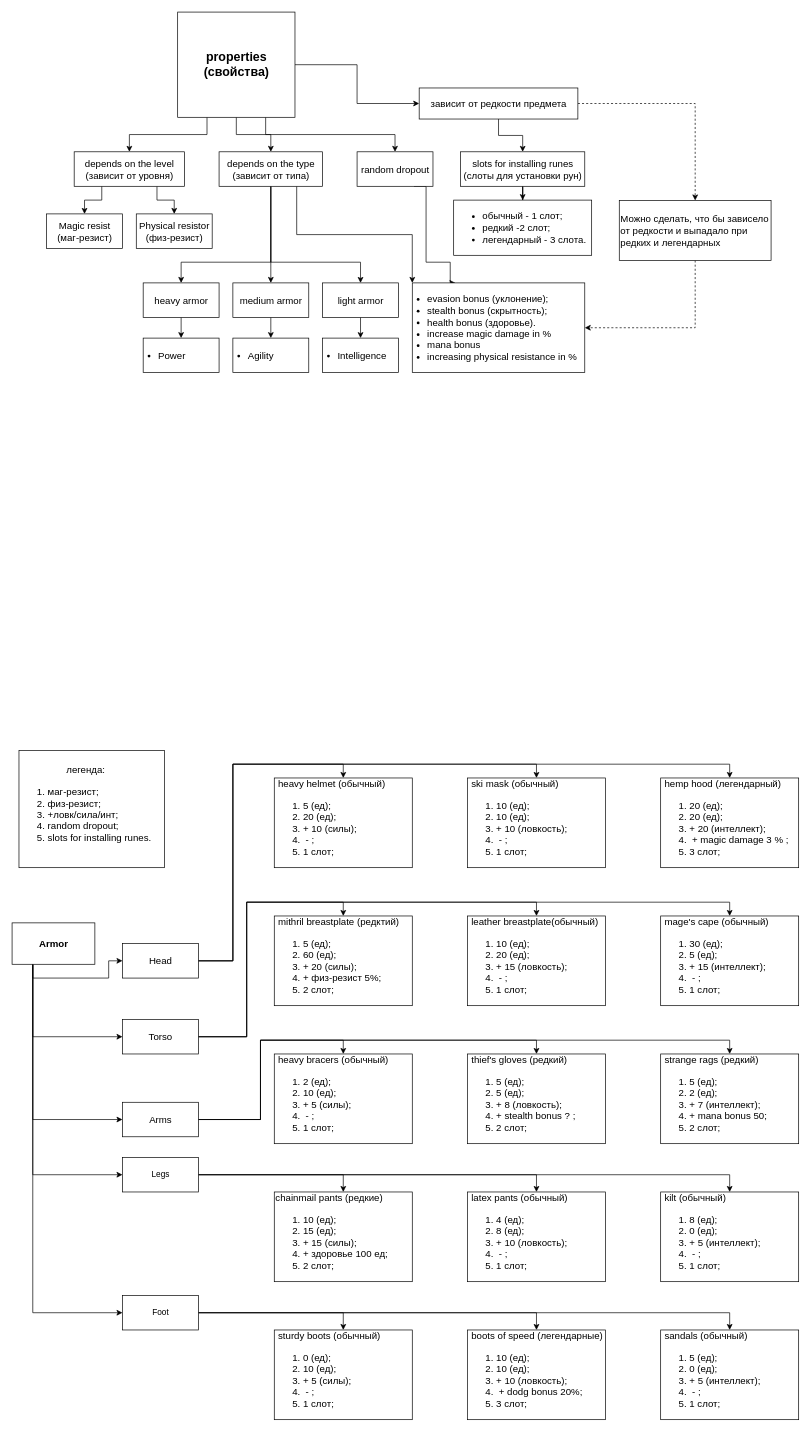
This is page "Armor_2.0" (10 of 12) of Architecture.drawio from PhoenixVRN/Mafia, a draw.io file, before an edit. Source tidied: cells renumbered, new cells numbered last; positions are measured from the earlier drawing's top-left corner, leaving out a move shared by most shapes. Both pictures are drawn from the tidied source at 69%, with x=0, y=0 at pixel (12, 12).
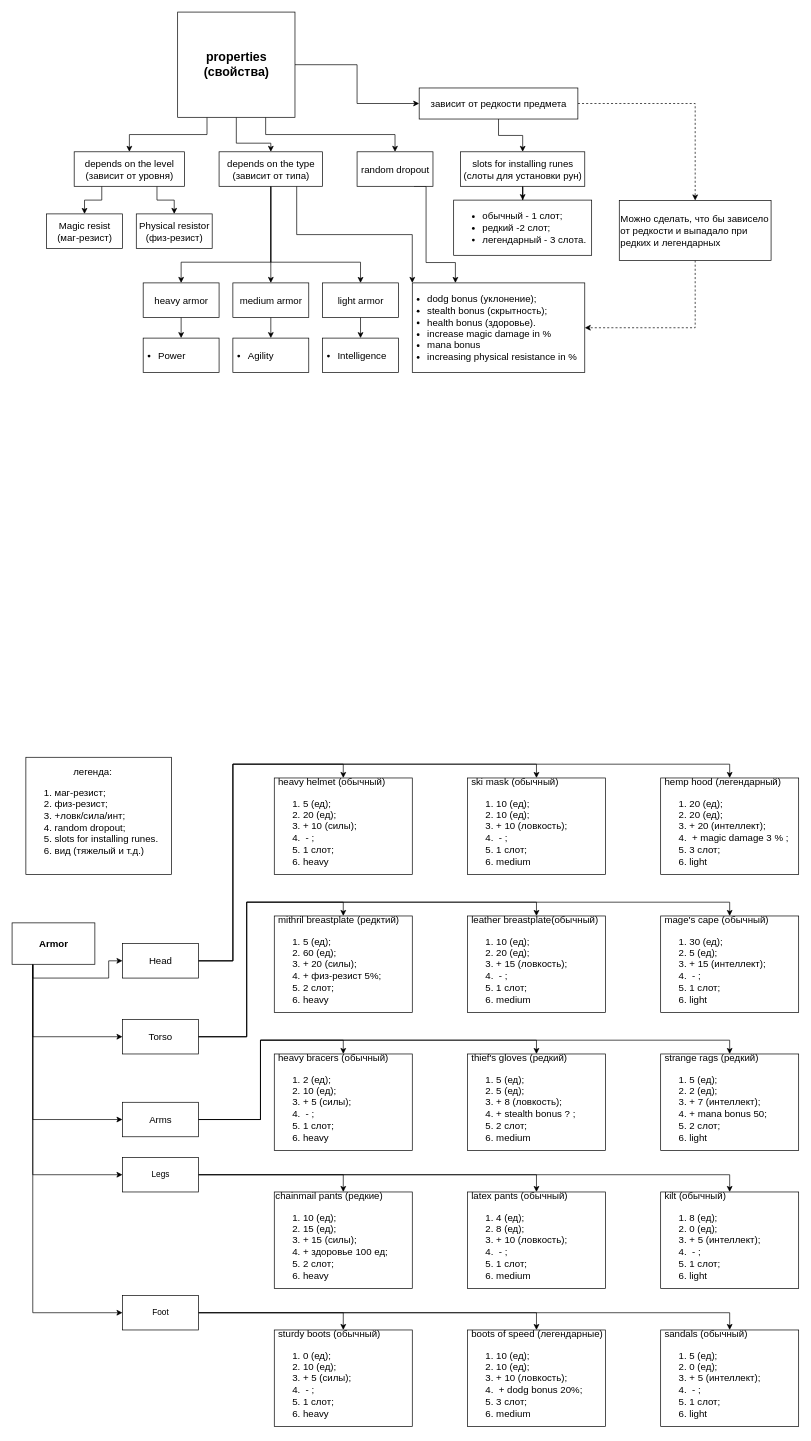
The same diagram, later.

Unchanged cells that the change refers to:
```xml
<mxCell id="32" value="&lt;b style=&quot;font-size: 18px&quot;&gt;properties&lt;br&gt;(свойства)&lt;/b&gt;" style="html=1;strokeWidth=1;fontSize=14;" parent="1" vertex="1">
  <mxGeometry x="240" width="170" height="152.5" as="geometry" />
</mxCell>
<mxCell id="42" value="depends on the type&lt;br&gt;(зависит от типа)" style="html=1;strokeWidth=1;fontSize=14;" parent="1" vertex="1">
  <mxGeometry x="300" y="202.5" width="150" height="50" as="geometry" />
</mxCell>
<mxCell id="53" value="random dropout" style="html=1;strokeWidth=1;fontSize=14;align=center;" parent="1" vertex="1">
  <mxGeometry x="500" y="202.5" width="110" height="50" as="geometry" />
</mxCell>
```

Change to the diagram source:
```diff
@@
     <mxCell id="29" style="edgeStyle=orthogonalEdgeStyle;rounded=0;jettySize=auto;html=1;exitX=0.5;exitY=1;exitDx=0;exitDy=0;fontSize=14;" parent="1" edge="1" source="32" target="42">
-      <mxGeometry relative="1" as="geometry" />
+      <mxGeometry relative="1" as="geometry">
+        <Array as="points">
+          <mxPoint x="325" y="190" />
+          <mxPoint x="375" y="190" />
+        </Array>
+      </mxGeometry>
     </mxCell>
@@
     <mxCell id="52" style="edgeStyle=orthogonalEdgeStyle;rounded=0;jettySize=auto;html=1;exitX=0.75;exitY=1;exitDx=0;exitDy=0;entryX=0.25;entryY=0;entryDx=0;entryDy=0;endArrow=classic;endFill=1;fontSize=14;" parent="1" edge="1" source="53" target="54">
       <mxGeometry relative="1" as="geometry">
         <Array as="points">
-          <mxPoint x="600" y="252.5" />
-          <mxPoint x="600" y="362.5" />
-          <mxPoint x="635" y="362.5" />
+          <mxPoint x="600" y="253" />
+          <mxPoint x="600" y="363" />
+          <mxPoint x="643" y="363" />
         </Array>
       </mxGeometry>
     </mxCell>
@@
-    <mxCell id="54" value="&lt;ul&gt;&lt;li&gt;evasion bonus (уклонение);&lt;br&gt;&lt;/li&gt;&lt;li&gt;stealth bonus (скрытность);&lt;br&gt;&lt;/li&gt;&lt;li&gt;health bonus (здоровье).&lt;br&gt;&lt;/li&gt;&lt;li&gt;increase magic damage in %&lt;br&gt;&lt;/li&gt;&lt;li&gt;mana bonus&lt;/li&gt;&lt;li&gt;increasing physical resistance in %&lt;br&gt;&lt;/li&gt;&lt;/ul&gt;" style="html=1;strokeWidth=1;fontSize=14;align=left;spacingLeft=-20;" parent="1" vertex="1">
+    <mxCell id="54" value="&lt;ul&gt;&lt;li&gt;dodg&amp;nbsp;bonus (уклонение);&lt;br&gt;&lt;/li&gt;&lt;li&gt;stealth bonus (скрытность);&lt;br&gt;&lt;/li&gt;&lt;li&gt;health bonus (здоровье).&lt;br&gt;&lt;/li&gt;&lt;li&gt;increase magic damage in %&lt;br&gt;&lt;/li&gt;&lt;li&gt;mana bonus&lt;/li&gt;&lt;li&gt;increasing physical resistance in %&lt;br&gt;&lt;/li&gt;&lt;/ul&gt;" style="html=1;strokeWidth=1;fontSize=14;align=left;spacingLeft=-20;" parent="1" vertex="1">
       <mxGeometry x="580" y="392.5" width="250" height="130" as="geometry" />
     </mxCell>
@@
-    <mxCell id="61" value="&lt;div style=&quot;text-align: center&quot;&gt;легенда:&lt;/div&gt;&lt;ol&gt;&lt;li&gt;маг-резист;&lt;/li&gt;&lt;li&gt;физ-резист;&lt;/li&gt;&lt;li&gt;+ловк/сила/инт;&lt;/li&gt;&lt;li&gt;&lt;span style=&quot;text-align: center&quot;&gt;random dropout;&lt;/span&gt;&lt;br&gt;&lt;/li&gt;&lt;li&gt;&lt;span style=&quot;text-align: center&quot;&gt;slots for installing runes.&lt;br&gt;&lt;/span&gt;&lt;/li&gt;&lt;/ol&gt;" style="html=1;strokeWidth=1;fontSize=14;align=left;" parent="1" vertex="1">
-      <mxGeometry x="10" y="1070" width="211" height="170" as="geometry" />
+    <mxCell id="61" value="&lt;div style=&quot;text-align: center&quot;&gt;легенда:&lt;/div&gt;&lt;ol&gt;&lt;li&gt;маг-резист;&lt;/li&gt;&lt;li&gt;физ-резист;&lt;/li&gt;&lt;li&gt;+ловк/сила/инт;&lt;/li&gt;&lt;li&gt;&lt;span style=&quot;text-align: center&quot;&gt;random dropout;&lt;/span&gt;&lt;br&gt;&lt;/li&gt;&lt;li&gt;&lt;span style=&quot;text-align: center&quot;&gt;slots for installing runes.&lt;br&gt;&lt;/span&gt;&lt;/li&gt;&lt;li&gt;&lt;span style=&quot;text-align: center&quot;&gt;вид (тяжелый и т.д.)&lt;/span&gt;&lt;/li&gt;&lt;/ol&gt;" style="html=1;strokeWidth=1;fontSize=14;align=left;" parent="1" vertex="1">
+      <mxGeometry x="20" y="1080" width="211" height="170" as="geometry" />
     </mxCell>
-    <mxCell id="62" value="&lt;div&gt;&lt;div&gt;&lt;div&gt;&amp;nbsp;heavy helmet (обычный)&lt;/div&gt;&lt;/div&gt;&lt;/div&gt;&lt;div&gt;&lt;ol&gt;&lt;li&gt;5 (ед);&lt;/li&gt;&lt;li&gt;20 (ед);&lt;/li&gt;&lt;li&gt;+ 10 (силы);&lt;/li&gt;&lt;li&gt;&amp;nbsp;- ;&lt;/li&gt;&lt;li&gt;1 слот;&lt;/li&gt;&lt;/ol&gt;&lt;/div&gt;" style="html=1;strokeWidth=1;fontSize=14;align=left;" parent="1" vertex="1">
-      <mxGeometry x="380" y="1110" width="200" height="130" as="geometry" />
+    <mxCell id="62" value="&lt;div&gt;&lt;div&gt;&lt;div&gt;&amp;nbsp;heavy helmet (обычный)&lt;/div&gt;&lt;/div&gt;&lt;/div&gt;&lt;div&gt;&lt;ol&gt;&lt;li&gt;5 (ед);&lt;/li&gt;&lt;li&gt;20 (ед);&lt;/li&gt;&lt;li&gt;+ 10 (силы);&lt;/li&gt;&lt;li&gt;&amp;nbsp;- ;&lt;/li&gt;&lt;li&gt;1 слот;&lt;/li&gt;&lt;li&gt;heavy&lt;/li&gt;&lt;/ol&gt;&lt;/div&gt;" style="html=1;strokeWidth=1;fontSize=14;align=left;" parent="1" vertex="1">
+      <mxGeometry x="380" y="1110" width="200" height="140" as="geometry" />
     </mxCell>
-    <mxCell id="63" value="&lt;div&gt;&lt;div&gt;&lt;div&gt;&amp;nbsp;hemp hood (легендарный)&lt;/div&gt;&lt;/div&gt;&lt;/div&gt;&lt;div&gt;&lt;ol&gt;&lt;li&gt;20 (ед);&lt;/li&gt;&lt;li&gt;20 (ед);&lt;/li&gt;&lt;li&gt;+ 20 (интеллект);&lt;/li&gt;&lt;li&gt;&amp;nbsp;+ magic damage 3 %&amp;nbsp;;&lt;/li&gt;&lt;li&gt;3 слот;&lt;/li&gt;&lt;/ol&gt;&lt;/div&gt;" style="html=1;strokeWidth=1;fontSize=14;align=left;" parent="1" vertex="1">
-      <mxGeometry x="940" y="1110" width="200" height="130" as="geometry" />
+    <mxCell id="63" value="&lt;div&gt;&lt;div&gt;&lt;div&gt;&amp;nbsp;hemp hood (легендарный)&lt;/div&gt;&lt;/div&gt;&lt;/div&gt;&lt;div&gt;&lt;ol&gt;&lt;li&gt;20 (ед);&lt;/li&gt;&lt;li&gt;20 (ед);&lt;/li&gt;&lt;li&gt;+ 20 (интеллект);&lt;/li&gt;&lt;li&gt;&amp;nbsp;+ magic damage 3 %&amp;nbsp;;&lt;/li&gt;&lt;li&gt;3 слот;&lt;/li&gt;&lt;li&gt;&lt;span style=&quot;text-align: center&quot;&gt;light&amp;nbsp;&lt;/span&gt;&lt;br&gt;&lt;/li&gt;&lt;/ol&gt;&lt;/div&gt;" style="html=1;strokeWidth=1;fontSize=14;align=left;" parent="1" vertex="1">
+      <mxGeometry x="940" y="1110" width="200" height="140" as="geometry" />
     </mxCell>
-    <mxCell id="64" value="&lt;div&gt;&lt;div&gt;&lt;div&gt;&amp;nbsp;ski mask (обычный)&lt;/div&gt;&lt;/div&gt;&lt;/div&gt;&lt;div&gt;&lt;ol&gt;&lt;li&gt;10 (ед);&lt;/li&gt;&lt;li&gt;10 (ед);&lt;/li&gt;&lt;li&gt;+ 10 (ловкость);&lt;/li&gt;&lt;li&gt;&amp;nbsp;- ;&lt;/li&gt;&lt;li&gt;1 слот;&lt;/li&gt;&lt;/ol&gt;&lt;/div&gt;" style="html=1;strokeWidth=1;fontSize=14;align=left;" parent="1" vertex="1">
-      <mxGeometry x="660" y="1110" width="200" height="130" as="geometry" />
+    <mxCell id="64" value="&lt;div&gt;&lt;div&gt;&lt;div&gt;&amp;nbsp;ski mask (обычный)&lt;/div&gt;&lt;/div&gt;&lt;/div&gt;&lt;div&gt;&lt;ol&gt;&lt;li&gt;10 (ед);&lt;/li&gt;&lt;li&gt;10 (ед);&lt;/li&gt;&lt;li&gt;+ 10 (ловкость);&lt;/li&gt;&lt;li&gt;&amp;nbsp;- ;&lt;/li&gt;&lt;li&gt;1 слот;&lt;/li&gt;&lt;li&gt;&lt;span style=&quot;text-align: center&quot;&gt;medium&lt;/span&gt;&lt;br&gt;&lt;/li&gt;&lt;/ol&gt;&lt;/div&gt;" style="html=1;strokeWidth=1;fontSize=14;align=left;" parent="1" vertex="1">
+      <mxGeometry x="660" y="1110" width="200" height="140" as="geometry" />
     </mxCell>
-    <mxCell id="65" value="&lt;div&gt;&lt;div&gt;&lt;div&gt;&amp;nbsp;mithril breastplate (редктий)&lt;/div&gt;&lt;/div&gt;&lt;/div&gt;&lt;div&gt;&lt;ol&gt;&lt;li&gt;5 (ед);&lt;/li&gt;&lt;li&gt;60 (ед);&lt;/li&gt;&lt;li&gt;+ 20 (силы);&lt;/li&gt;&lt;li&gt;+ физ-резист 5%;&lt;/li&gt;&lt;li&gt;2 слот;&lt;/li&gt;&lt;/ol&gt;&lt;/div&gt;" style="html=1;strokeWidth=1;fontSize=14;align=left;" parent="1" vertex="1">
-      <mxGeometry x="380" y="1310" width="200" height="130" as="geometry" />
+    <mxCell id="65" value="&lt;div&gt;&lt;div&gt;&lt;div&gt;&amp;nbsp;mithril breastplate (редктий)&lt;/div&gt;&lt;/div&gt;&lt;/div&gt;&lt;div&gt;&lt;ol&gt;&lt;li&gt;5 (ед);&lt;/li&gt;&lt;li&gt;60 (ед);&lt;/li&gt;&lt;li&gt;+ 20 (силы);&lt;/li&gt;&lt;li&gt;+ физ-резист 5%;&lt;/li&gt;&lt;li&gt;2 слот;&lt;/li&gt;&lt;li&gt;heavy&lt;/li&gt;&lt;/ol&gt;&lt;/div&gt;" style="html=1;strokeWidth=1;fontSize=14;align=left;" parent="1" vertex="1">
+      <mxGeometry x="380" y="1310" width="200" height="140" as="geometry" />
     </mxCell>
-    <mxCell id="66" value="&lt;div&gt;&lt;div&gt;&lt;div&gt;chainmail pants (редкие)&lt;/div&gt;&lt;/div&gt;&lt;/div&gt;&lt;div&gt;&lt;ol&gt;&lt;li&gt;10 (ед);&lt;/li&gt;&lt;li&gt;15 (ед);&lt;/li&gt;&lt;li&gt;+ 15 (силы);&lt;/li&gt;&lt;li&gt;+ здоровье 100 ед;&lt;/li&gt;&lt;li&gt;2 слот;&lt;/li&gt;&lt;/ol&gt;&lt;/div&gt;" style="html=1;strokeWidth=1;fontSize=14;align=left;" parent="1" vertex="1">
-      <mxGeometry x="380" y="1710" width="200" height="130" as="geometry" />
+    <mxCell id="66" value="&lt;div&gt;&lt;div&gt;&lt;div&gt;chainmail pants (редкие)&lt;/div&gt;&lt;/div&gt;&lt;/div&gt;&lt;div&gt;&lt;ol&gt;&lt;li&gt;10 (ед);&lt;/li&gt;&lt;li&gt;15 (ед);&lt;/li&gt;&lt;li&gt;+ 15 (силы);&lt;/li&gt;&lt;li&gt;+ здоровье 100 ед;&lt;/li&gt;&lt;li&gt;2 слот;&lt;/li&gt;&lt;li&gt;heavy&lt;/li&gt;&lt;/ol&gt;&lt;/div&gt;" style="html=1;strokeWidth=1;fontSize=14;align=left;" parent="1" vertex="1">
+      <mxGeometry x="380" y="1710" width="200" height="140" as="geometry" />
     </mxCell>
-    <mxCell id="67" value="&lt;div&gt;&lt;div&gt;&lt;div&gt;&amp;nbsp;heavy bracers (обычный)&lt;/div&gt;&lt;/div&gt;&lt;/div&gt;&lt;div&gt;&lt;ol&gt;&lt;li&gt;2 (ед);&lt;/li&gt;&lt;li&gt;10 (ед);&lt;/li&gt;&lt;li&gt;+ 5 (силы);&lt;/li&gt;&lt;li&gt;&amp;nbsp;- ;&lt;/li&gt;&lt;li&gt;1 слот;&lt;/li&gt;&lt;/ol&gt;&lt;/div&gt;" style="html=1;strokeWidth=1;fontSize=14;align=left;" parent="1" vertex="1">
-      <mxGeometry x="380" y="1510" width="200" height="130" as="geometry" />
+    <mxCell id="67" value="&lt;div&gt;&lt;div&gt;&lt;div&gt;&amp;nbsp;heavy bracers (обычный)&lt;/div&gt;&lt;/div&gt;&lt;/div&gt;&lt;div&gt;&lt;ol&gt;&lt;li&gt;2 (ед);&lt;/li&gt;&lt;li&gt;10 (ед);&lt;/li&gt;&lt;li&gt;+ 5 (силы);&lt;/li&gt;&lt;li&gt;&amp;nbsp;- ;&lt;/li&gt;&lt;li&gt;1 слот;&lt;/li&gt;&lt;li&gt;heavy&lt;/li&gt;&lt;/ol&gt;&lt;/div&gt;" style="html=1;strokeWidth=1;fontSize=14;align=left;" parent="1" vertex="1">
+      <mxGeometry x="380" y="1510" width="200" height="140" as="geometry" />
     </mxCell>
-    <mxCell id="68" value="&lt;div&gt;&lt;div&gt;&lt;div&gt;&amp;nbsp;sturdy boots (обычный)&lt;/div&gt;&lt;/div&gt;&lt;/div&gt;&lt;div&gt;&lt;ol&gt;&lt;li&gt;0 (ед);&lt;/li&gt;&lt;li&gt;10 (ед);&lt;/li&gt;&lt;li&gt;+ 5 (силы);&lt;/li&gt;&lt;li&gt;&amp;nbsp;- ;&lt;/li&gt;&lt;li&gt;1 слот;&lt;/li&gt;&lt;/ol&gt;&lt;/div&gt;" style="html=1;strokeWidth=1;fontSize=14;align=left;" parent="1" vertex="1">
-      <mxGeometry x="380" y="1910" width="200" height="130" as="geometry" />
+    <mxCell id="68" value="&lt;div&gt;&lt;div&gt;&lt;div&gt;&amp;nbsp;sturdy boots (обычный)&lt;/div&gt;&lt;/div&gt;&lt;/div&gt;&lt;div&gt;&lt;ol&gt;&lt;li&gt;0 (ед);&lt;/li&gt;&lt;li&gt;10 (ед);&lt;/li&gt;&lt;li&gt;+ 5 (силы);&lt;/li&gt;&lt;li&gt;&amp;nbsp;- ;&lt;/li&gt;&lt;li&gt;1 слот;&lt;/li&gt;&lt;li&gt;heavy&lt;/li&gt;&lt;/ol&gt;&lt;/div&gt;" style="html=1;strokeWidth=1;fontSize=14;align=left;" parent="1" vertex="1">
+      <mxGeometry x="380" y="1910" width="200" height="140" as="geometry" />
     </mxCell>
-    <mxCell id="69" value="&lt;div&gt;&lt;div&gt;&lt;div&gt;&amp;nbsp;leather breastplate(обычный)&lt;/div&gt;&lt;/div&gt;&lt;/div&gt;&lt;div&gt;&lt;ol&gt;&lt;li&gt;10 (ед);&lt;/li&gt;&lt;li&gt;20 (ед);&lt;/li&gt;&lt;li&gt;+ 15 (ловкость);&lt;/li&gt;&lt;li&gt;&amp;nbsp;- ;&lt;/li&gt;&lt;li&gt;1 слот;&lt;/li&gt;&lt;/ol&gt;&lt;/div&gt;" style="html=1;strokeWidth=1;fontSize=14;align=left;" parent="1" vertex="1">
-      <mxGeometry x="660" y="1310" width="200" height="130" as="geometry" />
+    <mxCell id="69" value="&lt;div&gt;&lt;div&gt;&lt;div&gt;&amp;nbsp;leather breastplate(обычный)&lt;/div&gt;&lt;/div&gt;&lt;/div&gt;&lt;div&gt;&lt;ol&gt;&lt;li&gt;10 (ед);&lt;/li&gt;&lt;li&gt;20 (ед);&lt;/li&gt;&lt;li&gt;+ 15 (ловкость);&lt;/li&gt;&lt;li&gt;&amp;nbsp;- ;&lt;/li&gt;&lt;li&gt;1 слот;&lt;/li&gt;&lt;li&gt;&lt;span style=&quot;text-align: center&quot;&gt;medium&lt;/span&gt;&lt;br&gt;&lt;/li&gt;&lt;/ol&gt;&lt;/div&gt;" style="html=1;strokeWidth=1;fontSize=14;align=left;" parent="1" vertex="1">
+      <mxGeometry x="660" y="1310" width="200" height="140" as="geometry" />
     </mxCell>
-    <mxCell id="70" value="&lt;div&gt;&lt;div&gt;&lt;div&gt;&amp;nbsp;thief's gloves (редкий)&lt;/div&gt;&lt;/div&gt;&lt;/div&gt;&lt;div&gt;&lt;ol&gt;&lt;li&gt;5 (ед);&lt;/li&gt;&lt;li&gt;5 (ед);&lt;/li&gt;&lt;li&gt;+ 8 (ловкость);&lt;/li&gt;&lt;li&gt;+ stealth bonus ?&amp;nbsp;;&lt;/li&gt;&lt;li&gt;2 слот;&lt;/li&gt;&lt;/ol&gt;&lt;/div&gt;" style="html=1;strokeWidth=1;fontSize=14;align=left;" parent="1" vertex="1">
-      <mxGeometry x="660" y="1510" width="200" height="130" as="geometry" />
+    <mxCell id="70" value="&lt;div&gt;&lt;div&gt;&lt;div&gt;&amp;nbsp;thief's gloves (редкий)&lt;/div&gt;&lt;/div&gt;&lt;/div&gt;&lt;div&gt;&lt;ol&gt;&lt;li&gt;5 (ед);&lt;/li&gt;&lt;li&gt;5 (ед);&lt;/li&gt;&lt;li&gt;+ 8 (ловкость);&lt;/li&gt;&lt;li&gt;+ stealth bonus ?&amp;nbsp;;&lt;/li&gt;&lt;li&gt;2 слот;&lt;/li&gt;&lt;li&gt;&lt;span style=&quot;text-align: center&quot;&gt;medium&lt;/span&gt;&lt;br&gt;&lt;/li&gt;&lt;/ol&gt;&lt;/div&gt;" style="html=1;strokeWidth=1;fontSize=14;align=left;" parent="1" vertex="1">
+      <mxGeometry x="660" y="1510" width="200" height="140" as="geometry" />
     </mxCell>
-    <mxCell id="71" value="&lt;div&gt;&lt;div&gt;&lt;div&gt;&amp;nbsp;latex pants (обычный)&lt;/div&gt;&lt;/div&gt;&lt;/div&gt;&lt;div&gt;&lt;ol&gt;&lt;li&gt;4 (ед);&lt;/li&gt;&lt;li&gt;8 (ед);&lt;/li&gt;&lt;li&gt;+ 10 (ловкость);&lt;/li&gt;&lt;li&gt;&amp;nbsp;- ;&lt;/li&gt;&lt;li&gt;1 слот;&lt;/li&gt;&lt;/ol&gt;&lt;/div&gt;" style="html=1;strokeWidth=1;fontSize=14;align=left;" parent="1" vertex="1">
-      <mxGeometry x="660" y="1710" width="200" height="130" as="geometry" />
+    <mxCell id="71" value="&lt;div&gt;&lt;div&gt;&lt;div&gt;&amp;nbsp;latex pants (обычный)&lt;/div&gt;&lt;/div&gt;&lt;/div&gt;&lt;div&gt;&lt;ol&gt;&lt;li&gt;4 (ед);&lt;/li&gt;&lt;li&gt;8 (ед);&lt;/li&gt;&lt;li&gt;+ 10 (ловкость);&lt;/li&gt;&lt;li&gt;&amp;nbsp;- ;&lt;/li&gt;&lt;li&gt;1 слот;&lt;/li&gt;&lt;li&gt;&lt;span style=&quot;text-align: center&quot;&gt;medium&lt;/span&gt;&lt;br&gt;&lt;/li&gt;&lt;/ol&gt;&lt;/div&gt;" style="html=1;strokeWidth=1;fontSize=14;align=left;" parent="1" vertex="1">
+      <mxGeometry x="660" y="1710" width="200" height="140" as="geometry" />
     </mxCell>
-    <mxCell id="72" value="&lt;div&gt;&lt;div&gt;&lt;div&gt;&amp;nbsp;boots of speed (легендарные)&lt;/div&gt;&lt;/div&gt;&lt;/div&gt;&lt;div&gt;&lt;ol&gt;&lt;li&gt;10 (ед);&lt;/li&gt;&lt;li&gt;10 (ед);&lt;/li&gt;&lt;li&gt;+ 10 (ловкость);&lt;/li&gt;&lt;li&gt;&amp;nbsp;+ dodg bonus&amp;nbsp;20%;&lt;/li&gt;&lt;li&gt;3 слот;&lt;/li&gt;&lt;/ol&gt;&lt;/div&gt;" style="html=1;strokeWidth=1;fontSize=14;align=left;" parent="1" vertex="1">
-      <mxGeometry x="660" y="1910" width="200" height="130" as="geometry" />
+    <mxCell id="72" value="&lt;div&gt;&lt;div&gt;&lt;div&gt;&amp;nbsp;boots of speed (легендарные)&lt;/div&gt;&lt;/div&gt;&lt;/div&gt;&lt;div&gt;&lt;ol&gt;&lt;li&gt;10 (ед);&lt;/li&gt;&lt;li&gt;10 (ед);&lt;/li&gt;&lt;li&gt;+ 10 (ловкость);&lt;/li&gt;&lt;li&gt;&amp;nbsp;+ dodg bonus&amp;nbsp;20%;&lt;/li&gt;&lt;li&gt;3 слот;&lt;/li&gt;&lt;li&gt;&lt;span style=&quot;text-align: center&quot;&gt;medium&lt;/span&gt;&lt;br&gt;&lt;/li&gt;&lt;/ol&gt;&lt;/div&gt;" style="html=1;strokeWidth=1;fontSize=14;align=left;" parent="1" vertex="1">
+      <mxGeometry x="660" y="1910" width="200" height="140" as="geometry" />
     </mxCell>
-    <mxCell id="73" value="&lt;div&gt;&lt;div&gt;&lt;div&gt;&amp;nbsp;mage's cape (обычный)&lt;/div&gt;&lt;/div&gt;&lt;/div&gt;&lt;div&gt;&lt;ol&gt;&lt;li&gt;30 (ед);&lt;/li&gt;&lt;li&gt;5 (ед);&lt;/li&gt;&lt;li&gt;+ 15 (интеллект);&lt;/li&gt;&lt;li&gt;&amp;nbsp;-&amp;nbsp;;&lt;/li&gt;&lt;li&gt;1 слот;&lt;/li&gt;&lt;/ol&gt;&lt;/div&gt;" style="html=1;strokeWidth=1;fontSize=14;align=left;" parent="1" vertex="1">
-      <mxGeometry x="940" y="1310" width="200" height="130" as="geometry" />
+    <mxCell id="73" value="&lt;div&gt;&lt;div&gt;&lt;div&gt;&amp;nbsp;mage's cape (обычный)&lt;/div&gt;&lt;/div&gt;&lt;/div&gt;&lt;div&gt;&lt;ol&gt;&lt;li&gt;30 (ед);&lt;/li&gt;&lt;li&gt;5 (ед);&lt;/li&gt;&lt;li&gt;+ 15 (интеллект);&lt;/li&gt;&lt;li&gt;&amp;nbsp;-&amp;nbsp;;&lt;/li&gt;&lt;li&gt;1 слот;&lt;/li&gt;&lt;li&gt;&lt;span style=&quot;text-align: center&quot;&gt;light&amp;nbsp;&lt;/span&gt;&lt;br&gt;&lt;/li&gt;&lt;/ol&gt;&lt;/div&gt;" style="html=1;strokeWidth=1;fontSize=14;align=left;" parent="1" vertex="1">
+      <mxGeometry x="940" y="1310" width="200" height="140" as="geometry" />
     </mxCell>
-    <mxCell id="74" value="&lt;div&gt;&lt;div&gt;&lt;div&gt;&amp;nbsp;strange rags (редкий)&lt;/div&gt;&lt;/div&gt;&lt;/div&gt;&lt;div&gt;&lt;ol&gt;&lt;li&gt;5 (ед);&lt;/li&gt;&lt;li&gt;2 (ед);&lt;/li&gt;&lt;li&gt;+ 7 (интеллект);&lt;/li&gt;&lt;li&gt;+ mana bonus 50;&lt;/li&gt;&lt;li&gt;2 слот;&lt;/li&gt;&lt;/ol&gt;&lt;/div&gt;" style="html=1;strokeWidth=1;fontSize=14;align=left;" parent="1" vertex="1">
-      <mxGeometry x="940" y="1510" width="200" height="130" as="geometry" />
+    <mxCell id="74" value="&lt;div&gt;&lt;div&gt;&lt;div&gt;&amp;nbsp;strange rags (редкий)&lt;/div&gt;&lt;/div&gt;&lt;/div&gt;&lt;div&gt;&lt;ol&gt;&lt;li&gt;5 (ед);&lt;/li&gt;&lt;li&gt;2 (ед);&lt;/li&gt;&lt;li&gt;+ 7 (интеллект);&lt;/li&gt;&lt;li&gt;+ mana bonus 50;&lt;/li&gt;&lt;li&gt;2 слот;&lt;/li&gt;&lt;li&gt;&lt;span style=&quot;text-align: center&quot;&gt;light&amp;nbsp;&lt;/span&gt;&lt;br&gt;&lt;/li&gt;&lt;/ol&gt;&lt;/div&gt;" style="html=1;strokeWidth=1;fontSize=14;align=left;" parent="1" vertex="1">
+      <mxGeometry x="940" y="1510" width="200" height="140" as="geometry" />
     </mxCell>
-    <mxCell id="75" value="&lt;div&gt;&lt;div&gt;&lt;div&gt;&amp;nbsp;kilt (обычный)&lt;/div&gt;&lt;/div&gt;&lt;/div&gt;&lt;div&gt;&lt;ol&gt;&lt;li&gt;8 (ед);&lt;/li&gt;&lt;li&gt;0 (ед);&lt;/li&gt;&lt;li&gt;+ 5 (интеллект);&lt;/li&gt;&lt;li&gt;&amp;nbsp;-&amp;nbsp;;&lt;/li&gt;&lt;li&gt;1 слот;&lt;/li&gt;&lt;/ol&gt;&lt;/div&gt;" style="html=1;strokeWidth=1;fontSize=14;align=left;" parent="1" vertex="1">
-      <mxGeometry x="940" y="1710" width="200" height="130" as="geometry" />
+    <mxCell id="75" value="&lt;div&gt;&lt;div&gt;&lt;div&gt;&amp;nbsp;kilt (обычный)&lt;/div&gt;&lt;/div&gt;&lt;/div&gt;&lt;div&gt;&lt;ol&gt;&lt;li&gt;8 (ед);&lt;/li&gt;&lt;li&gt;0 (ед);&lt;/li&gt;&lt;li&gt;+ 5 (интеллект);&lt;/li&gt;&lt;li&gt;&amp;nbsp;-&amp;nbsp;;&lt;/li&gt;&lt;li&gt;1 слот;&lt;/li&gt;&lt;li&gt;&lt;span style=&quot;text-align: center&quot;&gt;light&amp;nbsp;&lt;/span&gt;&lt;br&gt;&lt;/li&gt;&lt;/ol&gt;&lt;/div&gt;" style="html=1;strokeWidth=1;fontSize=14;align=left;" parent="1" vertex="1">
+      <mxGeometry x="940" y="1710" width="200" height="140" as="geometry" />
     </mxCell>
@@
-    <mxCell id="78" value="&lt;div&gt;&lt;div&gt;&lt;div&gt;&amp;nbsp;sandals (обычный)&lt;/div&gt;&lt;/div&gt;&lt;/div&gt;&lt;div&gt;&lt;ol&gt;&lt;li&gt;5 (ед);&lt;/li&gt;&lt;li&gt;0 (ед);&lt;/li&gt;&lt;li&gt;+ 5 (интеллект);&lt;/li&gt;&lt;li&gt;&amp;nbsp;- ;&lt;/li&gt;&lt;li&gt;1 слот;&lt;/li&gt;&lt;/ol&gt;&lt;/div&gt;" style="html=1;strokeWidth=1;fontSize=14;align=left;" parent="1" vertex="1">
-      <mxGeometry x="940" y="1910" width="200" height="130" as="geometry" />
+    <mxCell id="78" value="&lt;div&gt;&lt;div&gt;&lt;div&gt;&amp;nbsp;sandals (обычный)&lt;/div&gt;&lt;/div&gt;&lt;/div&gt;&lt;div&gt;&lt;ol&gt;&lt;li&gt;5 (ед);&lt;/li&gt;&lt;li&gt;0 (ед);&lt;/li&gt;&lt;li&gt;+ 5 (интеллект);&lt;/li&gt;&lt;li&gt;&amp;nbsp;- ;&lt;/li&gt;&lt;li&gt;1 слот;&lt;/li&gt;&lt;li&gt;&lt;span style=&quot;text-align: center&quot;&gt;light&amp;nbsp;&lt;/span&gt;&lt;br&gt;&lt;/li&gt;&lt;/ol&gt;&lt;/div&gt;" style="html=1;strokeWidth=1;fontSize=14;align=left;" parent="1" vertex="1">
+      <mxGeometry x="940" y="1910" width="200" height="140" as="geometry" />
     </mxCell>
```
